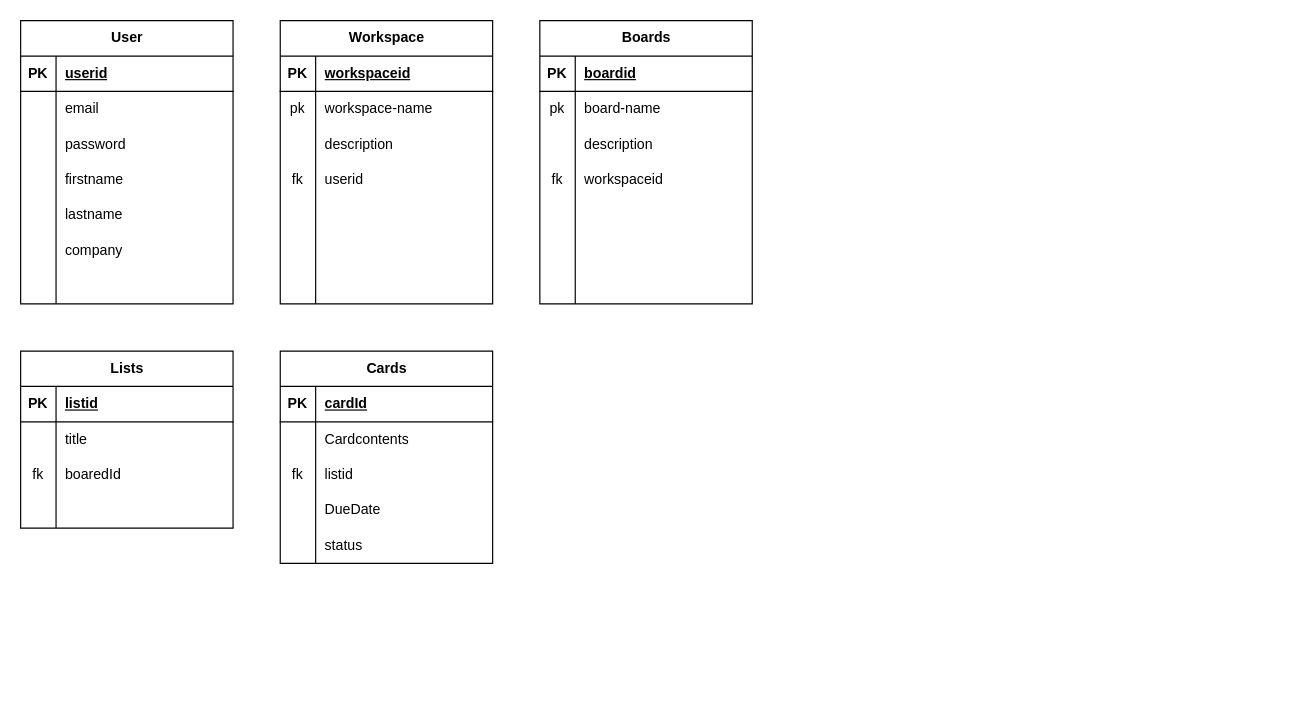
The draw.io diagram Ensra Database Design.drawio in Melat369/Diagram, before the edit. Source tidied: cells renumbered, new cells numbered last; positions are measured from the earlier drawing's top-left corner, leaving out a move shared by most shapes. Both pictures are drawn from the tidied source at 118%, with x=0, y=0 at pixel (20, 20).
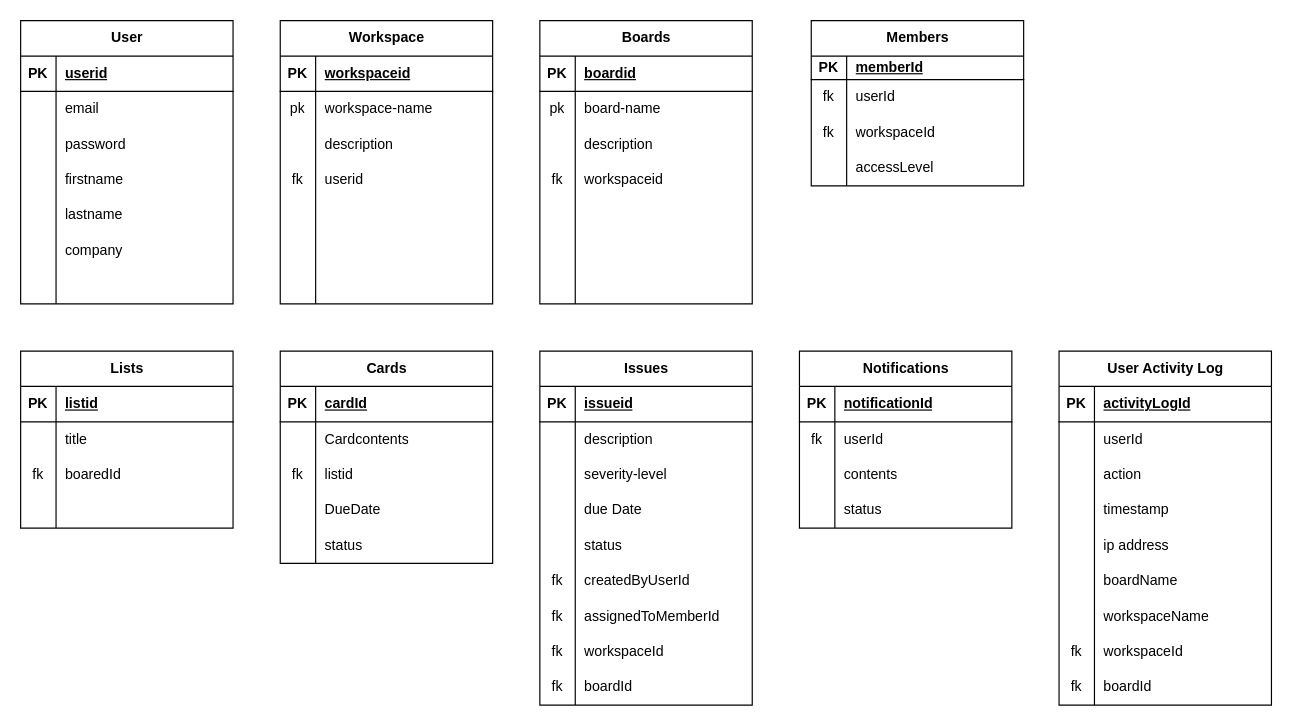
After the change.

Commit message:
Update Ensra Database Design. database design for members notification and log issues

What changed in the source:
```diff
@@
+    <mxCell id="97" value="Issues" style="shape=table;startSize=30;childLayout=tableLayout;rowLines=0;fontStyle=1;align=center;html=1;" parent="1" vertex="1">
+      <mxGeometry x="440" y="280" width="180" height="300" as="geometry" />
+    </mxCell>
+    <mxCell id="98" style="shape=tableRow;horizontal=0;startSize=0;swimlaneHead=0;swimlaneBody=0;fillColor=none;top=0;left=0;right=0;bottom=1;" parent="97" vertex="1">
+      <mxGeometry y="30" width="180" height="30" as="geometry" />
+    </mxCell>
+    <mxCell id="99" value="PK" style="shape=partialRectangle;fillColor=none;top=0;left=0;bottom=0;right=0;fontStyle=1;overflow=hidden;whiteSpace=wrap;html=1;" parent="98" vertex="1">
+      <mxGeometry width="30" height="30" as="geometry" />
+    </mxCell>
+    <mxCell id="100" value="issueid" style="shape=partialRectangle;fillColor=none;top=0;left=0;bottom=0;right=0;align=left;spacingLeft=6;fontStyle=5;overflow=hidden;whiteSpace=wrap;html=1;" parent="98" vertex="1">
+      <mxGeometry x="30" width="150" height="30" as="geometry" />
+    </mxCell>
+    <mxCell id="101" style="shape=tableRow;horizontal=0;startSize=0;swimlaneHead=0;swimlaneBody=0;fillColor=none;top=0;left=0;right=0;bottom=0;" parent="97" vertex="1">
+      <mxGeometry y="60" width="180" height="30" as="geometry" />
+    </mxCell>
+    <mxCell id="102" style="shape=partialRectangle;fillColor=none;top=0;left=0;bottom=0;right=0;overflow=hidden;whiteSpace=wrap;html=1;" parent="101" vertex="1">
+      <mxGeometry width="30" height="30" as="geometry" />
+    </mxCell>
+    <mxCell id="103" value="description" style="shape=partialRectangle;fillColor=none;top=0;left=0;bottom=0;right=0;align=left;spacingLeft=6;overflow=hidden;whiteSpace=wrap;html=1;" parent="101" vertex="1">
+      <mxGeometry x="30" width="150" height="30" as="geometry" />
+    </mxCell>
+    <mxCell id="104" style="shape=tableRow;horizontal=0;startSize=0;swimlaneHead=0;swimlaneBody=0;fillColor=none;top=0;left=0;right=0;bottom=0;" parent="97" vertex="1">
+      <mxGeometry y="90" width="180" height="30" as="geometry" />
+    </mxCell>
+    <mxCell id="105" style="shape=partialRectangle;fillColor=none;top=0;left=0;bottom=0;right=0;overflow=hidden;whiteSpace=wrap;html=1;" parent="104" vertex="1">
+      <mxGeometry width="30" height="30" as="geometry" />
+    </mxCell>
+    <mxCell id="106" value="severity-level" style="shape=partialRectangle;fillColor=none;top=0;left=0;bottom=0;right=0;align=left;spacingLeft=6;overflow=hidden;whiteSpace=wrap;html=1;" parent="104" vertex="1">
+      <mxGeometry x="30" width="150" height="30" as="geometry" />
+    </mxCell>
+    <mxCell id="107" style="shape=tableRow;horizontal=0;startSize=0;swimlaneHead=0;swimlaneBody=0;fillColor=none;top=0;left=0;right=0;bottom=0;" parent="97" vertex="1">
+      <mxGeometry y="120" width="180" height="30" as="geometry" />
+    </mxCell>
+    <mxCell id="108" style="shape=partialRectangle;fillColor=none;top=0;left=0;bottom=0;right=0;overflow=hidden;whiteSpace=wrap;html=1;" parent="107" vertex="1">
+      <mxGeometry width="30" height="30" as="geometry" />
+    </mxCell>
+    <mxCell id="109" value="due Date" style="shape=partialRectangle;fillColor=none;top=0;left=0;bottom=0;right=0;align=left;spacingLeft=6;overflow=hidden;whiteSpace=wrap;html=1;" parent="107" vertex="1">
+      <mxGeometry x="30" width="150" height="30" as="geometry" />
+    </mxCell>
+    <mxCell id="110" style="shape=tableRow;horizontal=0;startSize=0;swimlaneHead=0;swimlaneBody=0;fillColor=none;top=0;left=0;right=0;bottom=0;" parent="97" vertex="1">
+      <mxGeometry y="150" width="180" height="30" as="geometry" />
+    </mxCell>
+    <mxCell id="111" style="shape=partialRectangle;fillColor=none;top=0;left=0;bottom=0;right=0;overflow=hidden;whiteSpace=wrap;html=1;" parent="110" vertex="1">
+      <mxGeometry width="30" height="30" as="geometry" />
+    </mxCell>
+    <mxCell id="112" value="status" style="shape=partialRectangle;fillColor=none;top=0;left=0;bottom=0;right=0;align=left;spacingLeft=6;overflow=hidden;whiteSpace=wrap;html=1;" parent="110" vertex="1">
+      <mxGeometry x="30" width="150" height="30" as="geometry" />
+    </mxCell>
+    <mxCell id="113" style="shape=tableRow;horizontal=0;startSize=0;swimlaneHead=0;swimlaneBody=0;fillColor=none;top=0;left=0;right=0;bottom=0;" parent="97" vertex="1">
+      <mxGeometry y="180" width="180" height="30" as="geometry" />
+    </mxCell>
+    <mxCell id="114" value="fk" style="shape=partialRectangle;fillColor=none;top=0;left=0;bottom=0;right=0;overflow=hidden;whiteSpace=wrap;html=1;" parent="113" vertex="1">
+      <mxGeometry width="30" height="30" as="geometry" />
+    </mxCell>
+    <mxCell id="115" value="createdByUserId" style="shape=partialRectangle;fillColor=none;top=0;left=0;bottom=0;right=0;align=left;spacingLeft=6;overflow=hidden;whiteSpace=wrap;html=1;" parent="113" vertex="1">
+      <mxGeometry x="30" width="150" height="30" as="geometry" />
+    </mxCell>
+    <mxCell id="116" style="shape=tableRow;horizontal=0;startSize=0;swimlaneHead=0;swimlaneBody=0;fillColor=none;top=0;left=0;right=0;bottom=0;" parent="97" vertex="1">
+      <mxGeometry y="210" width="180" height="30" as="geometry" />
+    </mxCell>
+    <mxCell id="117" value="fk" style="shape=partialRectangle;fillColor=none;top=0;left=0;bottom=0;right=0;overflow=hidden;whiteSpace=wrap;html=1;" parent="116" vertex="1">
+      <mxGeometry width="30" height="30" as="geometry" />
+    </mxCell>
+    <mxCell id="118" value="assignedToMemberId" style="shape=partialRectangle;fillColor=none;top=0;left=0;bottom=0;right=0;align=left;spacingLeft=6;overflow=hidden;whiteSpace=wrap;html=1;" parent="116" vertex="1">
+      <mxGeometry x="30" width="150" height="30" as="geometry" />
+    </mxCell>
+    <mxCell id="119" style="shape=tableRow;horizontal=0;startSize=0;swimlaneHead=0;swimlaneBody=0;fillColor=none;top=0;left=0;right=0;bottom=0;" parent="97" vertex="1">
+      <mxGeometry y="240" width="180" height="30" as="geometry" />
+    </mxCell>
+    <mxCell id="120" value="fk" style="shape=partialRectangle;fillColor=none;top=0;left=0;bottom=0;right=0;overflow=hidden;whiteSpace=wrap;html=1;" parent="119" vertex="1">
+      <mxGeometry width="30" height="30" as="geometry" />
+    </mxCell>
+    <mxCell id="121" value="workspaceId" style="shape=partialRectangle;fillColor=none;top=0;left=0;bottom=0;right=0;align=left;spacingLeft=6;overflow=hidden;whiteSpace=wrap;html=1;" parent="119" vertex="1">
+      <mxGeometry x="30" width="150" height="30" as="geometry" />
+    </mxCell>
+    <mxCell id="122" style="shape=tableRow;horizontal=0;startSize=0;swimlaneHead=0;swimlaneBody=0;fillColor=none;top=0;left=0;right=0;bottom=0;" parent="97" vertex="1">
+      <mxGeometry y="270" width="180" height="30" as="geometry" />
+    </mxCell>
+    <mxCell id="123" value="fk" style="shape=partialRectangle;fillColor=none;top=0;left=0;bottom=0;right=0;overflow=hidden;whiteSpace=wrap;html=1;" parent="122" vertex="1">
+      <mxGeometry width="30" height="30" as="geometry" />
+    </mxCell>
+    <mxCell id="124" value="boardId" style="shape=partialRectangle;fillColor=none;top=0;left=0;bottom=0;right=0;align=left;spacingLeft=6;overflow=hidden;whiteSpace=wrap;html=1;" parent="122" vertex="1">
+      <mxGeometry x="30" width="150" height="30" as="geometry" />
+    </mxCell>
+    <mxCell id="125" value="Notifications" style="shape=table;startSize=30;childLayout=tableLayout;rowLines=0;fontStyle=1;align=center;html=1;" parent="1" vertex="1">
+      <mxGeometry x="660" y="280" width="180" height="150" as="geometry" />
+    </mxCell>
+    <mxCell id="126" style="shape=tableRow;horizontal=0;startSize=0;swimlaneHead=0;swimlaneBody=0;fillColor=none;top=0;left=0;right=0;bottom=1;" parent="125" vertex="1">
+      <mxGeometry y="30" width="180" height="30" as="geometry" />
+    </mxCell>
+    <mxCell id="127" value="PK" style="shape=partialRectangle;fillColor=none;top=0;left=0;bottom=0;right=0;fontStyle=1;overflow=hidden;whiteSpace=wrap;html=1;" parent="126" vertex="1">
+      <mxGeometry width="30" height="30" as="geometry" />
+    </mxCell>
+    <mxCell id="128" value="notificationId" style="shape=partialRectangle;fillColor=none;top=0;left=0;bottom=0;right=0;align=left;spacingLeft=6;fontStyle=5;overflow=hidden;whiteSpace=wrap;html=1;" parent="126" vertex="1">
+      <mxGeometry x="30" width="150" height="30" as="geometry" />
+    </mxCell>
+    <mxCell id="129" style="shape=tableRow;horizontal=0;startSize=0;swimlaneHead=0;swimlaneBody=0;fillColor=none;top=0;left=0;right=0;bottom=0;" parent="125" vertex="1">
+      <mxGeometry y="60" width="180" height="30" as="geometry" />
+    </mxCell>
+    <mxCell id="130" value="fk" style="shape=partialRectangle;fillColor=none;top=0;left=0;bottom=0;right=0;overflow=hidden;whiteSpace=wrap;html=1;" parent="129" vertex="1">
+      <mxGeometry width="30" height="30" as="geometry" />
+    </mxCell>
+    <mxCell id="131" value="userId" style="shape=partialRectangle;fillColor=none;top=0;left=0;bottom=0;right=0;align=left;spacingLeft=6;overflow=hidden;whiteSpace=wrap;html=1;" parent="129" vertex="1">
+      <mxGeometry x="30" width="150" height="30" as="geometry" />
+    </mxCell>
+    <mxCell id="132" style="shape=tableRow;horizontal=0;startSize=0;swimlaneHead=0;swimlaneBody=0;fillColor=none;top=0;left=0;right=0;bottom=0;" parent="125" vertex="1">
+      <mxGeometry y="90" width="180" height="30" as="geometry" />
+    </mxCell>
+    <mxCell id="133" style="shape=partialRectangle;fillColor=none;top=0;left=0;bottom=0;right=0;overflow=hidden;whiteSpace=wrap;html=1;" parent="132" vertex="1">
+      <mxGeometry width="30" height="30" as="geometry" />
+    </mxCell>
+    <mxCell id="134" value="contents" style="shape=partialRectangle;fillColor=none;top=0;left=0;bottom=0;right=0;align=left;spacingLeft=6;overflow=hidden;whiteSpace=wrap;html=1;" parent="132" vertex="1">
+      <mxGeometry x="30" width="150" height="30" as="geometry" />
+    </mxCell>
+    <mxCell id="135" style="shape=tableRow;horizontal=0;startSize=0;swimlaneHead=0;swimlaneBody=0;fillColor=none;top=0;left=0;right=0;bottom=0;" parent="125" vertex="1">
+      <mxGeometry y="120" width="180" height="30" as="geometry" />
+    </mxCell>
+    <mxCell id="136" style="shape=partialRectangle;fillColor=none;top=0;left=0;bottom=0;right=0;overflow=hidden;whiteSpace=wrap;html=1;" parent="135" vertex="1">
+      <mxGeometry width="30" height="30" as="geometry" />
+    </mxCell>
+    <mxCell id="137" value="status" style="shape=partialRectangle;fillColor=none;top=0;left=0;bottom=0;right=0;align=left;spacingLeft=6;overflow=hidden;whiteSpace=wrap;html=1;" parent="135" vertex="1">
+      <mxGeometry x="30" width="150" height="30" as="geometry" />
+    </mxCell>
+    <mxCell id="138" value="User Activity Log" style="shape=table;startSize=30;childLayout=tableLayout;rowLines=0;fontStyle=1;align=center;html=1;" parent="1" vertex="1">
+      <mxGeometry x="880" y="280" width="180" height="300" as="geometry" />
+    </mxCell>
+    <mxCell id="139" style="shape=tableRow;horizontal=0;startSize=0;swimlaneHead=0;swimlaneBody=0;fillColor=none;top=0;left=0;right=0;bottom=1;" parent="138" vertex="1">
+      <mxGeometry y="30" width="180" height="30" as="geometry" />
+    </mxCell>
+    <mxCell id="140" value="PK" style="shape=partialRectangle;fillColor=none;top=0;left=0;bottom=0;right=0;fontStyle=1;overflow=hidden;whiteSpace=wrap;html=1;" parent="139" vertex="1">
+      <mxGeometry width="30" height="30" as="geometry" />
+    </mxCell>
+    <mxCell id="141" value="activityLogId" style="shape=partialRectangle;fillColor=none;top=0;left=0;bottom=0;right=0;align=left;spacingLeft=6;fontStyle=5;overflow=hidden;whiteSpace=wrap;html=1;" parent="139" vertex="1">
+      <mxGeometry x="30" width="150" height="30" as="geometry" />
+    </mxCell>
+    <mxCell id="142" style="shape=tableRow;horizontal=0;startSize=0;swimlaneHead=0;swimlaneBody=0;fillColor=none;top=0;left=0;right=0;bottom=0;" parent="138" vertex="1">
+      <mxGeometry y="60" width="180" height="30" as="geometry" />
+    </mxCell>
+    <mxCell id="143" style="shape=partialRectangle;fillColor=none;top=0;left=0;bottom=0;right=0;overflow=hidden;whiteSpace=wrap;html=1;" parent="142" vertex="1">
+      <mxGeometry width="30" height="30" as="geometry" />
+    </mxCell>
+    <mxCell id="144" value="userId" style="shape=partialRectangle;fillColor=none;top=0;left=0;bottom=0;right=0;align=left;spacingLeft=6;overflow=hidden;whiteSpace=wrap;html=1;" parent="142" vertex="1">
+      <mxGeometry x="30" width="150" height="30" as="geometry" />
+    </mxCell>
+    <mxCell id="145" style="shape=tableRow;horizontal=0;startSize=0;swimlaneHead=0;swimlaneBody=0;fillColor=none;top=0;left=0;right=0;bottom=0;" parent="138" vertex="1">
+      <mxGeometry y="90" width="180" height="30" as="geometry" />
+    </mxCell>
+    <mxCell id="146" style="shape=partialRectangle;fillColor=none;top=0;left=0;bottom=0;right=0;overflow=hidden;whiteSpace=wrap;html=1;" parent="145" vertex="1">
+      <mxGeometry width="30" height="30" as="geometry" />
+    </mxCell>
+    <mxCell id="147" value="action" style="shape=partialRectangle;fillColor=none;top=0;left=0;bottom=0;right=0;align=left;spacingLeft=6;overflow=hidden;whiteSpace=wrap;html=1;" parent="145" vertex="1">
+      <mxGeometry x="30" width="150" height="30" as="geometry" />
+    </mxCell>
+    <mxCell id="148" style="shape=tableRow;horizontal=0;startSize=0;swimlaneHead=0;swimlaneBody=0;fillColor=none;top=0;left=0;right=0;bottom=0;" parent="138" vertex="1">
+      <mxGeometry y="120" width="180" height="30" as="geometry" />
+    </mxCell>
+    <mxCell id="149" style="shape=partialRectangle;fillColor=none;top=0;left=0;bottom=0;right=0;overflow=hidden;whiteSpace=wrap;html=1;" parent="148" vertex="1">
+      <mxGeometry width="30" height="30" as="geometry" />
+    </mxCell>
+    <mxCell id="150" value="timestamp" style="shape=partialRectangle;fillColor=none;top=0;left=0;bottom=0;right=0;align=left;spacingLeft=6;overflow=hidden;whiteSpace=wrap;html=1;" parent="148" vertex="1">
+      <mxGeometry x="30" width="150" height="30" as="geometry" />
+    </mxCell>
+    <mxCell id="151" style="shape=tableRow;horizontal=0;startSize=0;swimlaneHead=0;swimlaneBody=0;fillColor=none;top=0;left=0;right=0;bottom=0;" parent="138" vertex="1">
+      <mxGeometry y="150" width="180" height="30" as="geometry" />
+    </mxCell>
+    <mxCell id="152" style="shape=partialRectangle;fillColor=none;top=0;left=0;bottom=0;right=0;overflow=hidden;whiteSpace=wrap;html=1;" parent="151" vertex="1">
+      <mxGeometry width="30" height="30" as="geometry" />
+    </mxCell>
+    <mxCell id="153" value="ip address" style="shape=partialRectangle;fillColor=none;top=0;left=0;bottom=0;right=0;align=left;spacingLeft=6;overflow=hidden;whiteSpace=wrap;html=1;" parent="151" vertex="1">
+      <mxGeometry x="30" width="150" height="30" as="geometry" />
+    </mxCell>
+    <mxCell id="154" style="shape=tableRow;horizontal=0;startSize=0;swimlaneHead=0;swimlaneBody=0;fillColor=none;top=0;left=0;right=0;bottom=0;" parent="138" vertex="1">
+      <mxGeometry y="180" width="180" height="30" as="geometry" />
+    </mxCell>
+    <mxCell id="155" style="shape=partialRectangle;fillColor=none;top=0;left=0;bottom=0;right=0;overflow=hidden;whiteSpace=wrap;html=1;" parent="154" vertex="1">
+      <mxGeometry width="30" height="30" as="geometry" />
+    </mxCell>
+    <mxCell id="156" value="boardName" style="shape=partialRectangle;fillColor=none;top=0;left=0;bottom=0;right=0;align=left;spacingLeft=6;overflow=hidden;whiteSpace=wrap;html=1;" parent="154" vertex="1">
+      <mxGeometry x="30" width="150" height="30" as="geometry" />
+    </mxCell>
+    <mxCell id="157" style="shape=tableRow;horizontal=0;startSize=0;swimlaneHead=0;swimlaneBody=0;fillColor=none;top=0;left=0;right=0;bottom=0;" parent="138" vertex="1">
+      <mxGeometry y="210" width="180" height="30" as="geometry" />
+    </mxCell>
+    <mxCell id="158" style="shape=partialRectangle;fillColor=none;top=0;left=0;bottom=0;right=0;overflow=hidden;whiteSpace=wrap;html=1;" parent="157" vertex="1">
+      <mxGeometry width="30" height="30" as="geometry" />
+    </mxCell>
+    <mxCell id="159" value="workspaceName" style="shape=partialRectangle;fillColor=none;top=0;left=0;bottom=0;right=0;align=left;spacingLeft=6;overflow=hidden;whiteSpace=wrap;html=1;" parent="157" vertex="1">
+      <mxGeometry x="30" width="150" height="30" as="geometry" />
+    </mxCell>
+    <mxCell id="160" style="shape=tableRow;horizontal=0;startSize=0;swimlaneHead=0;swimlaneBody=0;fillColor=none;top=0;left=0;right=0;bottom=0;" parent="138" vertex="1">
+      <mxGeometry y="240" width="180" height="30" as="geometry" />
+    </mxCell>
+    <mxCell id="161" value="fk" style="shape=partialRectangle;fillColor=none;top=0;left=0;bottom=0;right=0;overflow=hidden;whiteSpace=wrap;html=1;" parent="160" vertex="1">
+      <mxGeometry width="30" height="30" as="geometry" />
+    </mxCell>
+    <mxCell id="162" value="workspaceId" style="shape=partialRectangle;fillColor=none;top=0;left=0;bottom=0;right=0;align=left;spacingLeft=6;overflow=hidden;whiteSpace=wrap;html=1;" parent="160" vertex="1">
+      <mxGeometry x="30" width="150" height="30" as="geometry" />
+    </mxCell>
+    <mxCell id="163" style="shape=tableRow;horizontal=0;startSize=0;swimlaneHead=0;swimlaneBody=0;fillColor=none;top=0;left=0;right=0;bottom=0;" parent="138" vertex="1">
+      <mxGeometry y="270" width="180" height="30" as="geometry" />
+    </mxCell>
+    <mxCell id="164" value="fk" style="shape=partialRectangle;fillColor=none;top=0;left=0;bottom=0;right=0;overflow=hidden;whiteSpace=wrap;html=1;" parent="163" vertex="1">
+      <mxGeometry width="30" height="30" as="geometry" />
+    </mxCell>
+    <mxCell id="165" value="boardId" style="shape=partialRectangle;fillColor=none;top=0;left=0;bottom=0;right=0;align=left;spacingLeft=6;overflow=hidden;whiteSpace=wrap;html=1;" parent="163" vertex="1">
+      <mxGeometry x="30" width="150" height="30" as="geometry" />
+    </mxCell>
+    <mxCell id="166" value="Members" style="shape=table;startSize=30;childLayout=tableLayout;rowLines=0;fontStyle=1;align=center;html=1;" parent="1" vertex="1">
+      <mxGeometry x="670" width="180" height="140" as="geometry" />
+    </mxCell>
+    <mxCell id="167" style="shape=tableRow;horizontal=0;startSize=0;swimlaneHead=0;swimlaneBody=0;fillColor=none;top=0;left=0;right=0;bottom=1;" parent="166" vertex="1">
+      <mxGeometry y="30" width="180" height="20" as="geometry" />
+    </mxCell>
+    <mxCell id="168" value="PK" style="shape=partialRectangle;fillColor=none;top=0;left=0;bottom=0;right=0;fontStyle=1;overflow=hidden;whiteSpace=wrap;html=1;" parent="167" vertex="1">
+      <mxGeometry width="30" height="20" as="geometry" />
+    </mxCell>
+    <mxCell id="169" value="memberId" style="shape=partialRectangle;fillColor=none;top=0;left=0;bottom=0;right=0;align=left;spacingLeft=6;fontStyle=5;overflow=hidden;whiteSpace=wrap;html=1;" parent="167" vertex="1">
+      <mxGeometry x="30" width="150" height="20" as="geometry" />
+    </mxCell>
+    <mxCell id="170" style="shape=tableRow;horizontal=0;startSize=0;swimlaneHead=0;swimlaneBody=0;fillColor=none;top=0;left=0;right=0;bottom=0;" parent="166" vertex="1">
+      <mxGeometry y="50" width="180" height="30" as="geometry" />
+    </mxCell>
+    <mxCell id="171" value="fk" style="shape=partialRectangle;fillColor=none;top=0;left=0;bottom=0;right=0;overflow=hidden;whiteSpace=wrap;html=1;" parent="170" vertex="1">
+      <mxGeometry width="30" height="30" as="geometry" />
+    </mxCell>
+    <mxCell id="172" value="userId" style="shape=partialRectangle;fillColor=none;top=0;left=0;bottom=0;right=0;align=left;spacingLeft=6;overflow=hidden;whiteSpace=wrap;html=1;" parent="170" vertex="1">
+      <mxGeometry x="30" width="150" height="30" as="geometry" />
+    </mxCell>
+    <mxCell id="173" style="shape=tableRow;horizontal=0;startSize=0;swimlaneHead=0;swimlaneBody=0;fillColor=none;top=0;left=0;right=0;bottom=0;" parent="166" vertex="1">
+      <mxGeometry y="80" width="180" height="30" as="geometry" />
+    </mxCell>
+    <mxCell id="174" value="fk" style="shape=partialRectangle;fillColor=none;top=0;left=0;bottom=0;right=0;overflow=hidden;whiteSpace=wrap;html=1;" parent="173" vertex="1">
+      <mxGeometry width="30" height="30" as="geometry" />
+    </mxCell>
+    <mxCell id="175" value="workspaceId" style="shape=partialRectangle;fillColor=none;top=0;left=0;bottom=0;right=0;align=left;spacingLeft=6;overflow=hidden;whiteSpace=wrap;html=1;" parent="173" vertex="1">
+      <mxGeometry x="30" width="150" height="30" as="geometry" />
+    </mxCell>
+    <mxCell id="176" style="shape=tableRow;horizontal=0;startSize=0;swimlaneHead=0;swimlaneBody=0;fillColor=none;top=0;left=0;right=0;bottom=0;" parent="166" vertex="1">
+      <mxGeometry y="110" width="180" height="30" as="geometry" />
+    </mxCell>
+    <mxCell id="177" style="shape=partialRectangle;fillColor=none;top=0;left=0;bottom=0;right=0;overflow=hidden;whiteSpace=wrap;html=1;" parent="176" vertex="1">
+      <mxGeometry width="30" height="30" as="geometry" />
+    </mxCell>
+    <mxCell id="178" value="accessLevel" style="shape=partialRectangle;fillColor=none;top=0;left=0;bottom=0;right=0;align=left;spacingLeft=6;overflow=hidden;whiteSpace=wrap;html=1;" parent="176" vertex="1">
+      <mxGeometry x="30" width="150" height="30" as="geometry" />
+    </mxCell>
```
